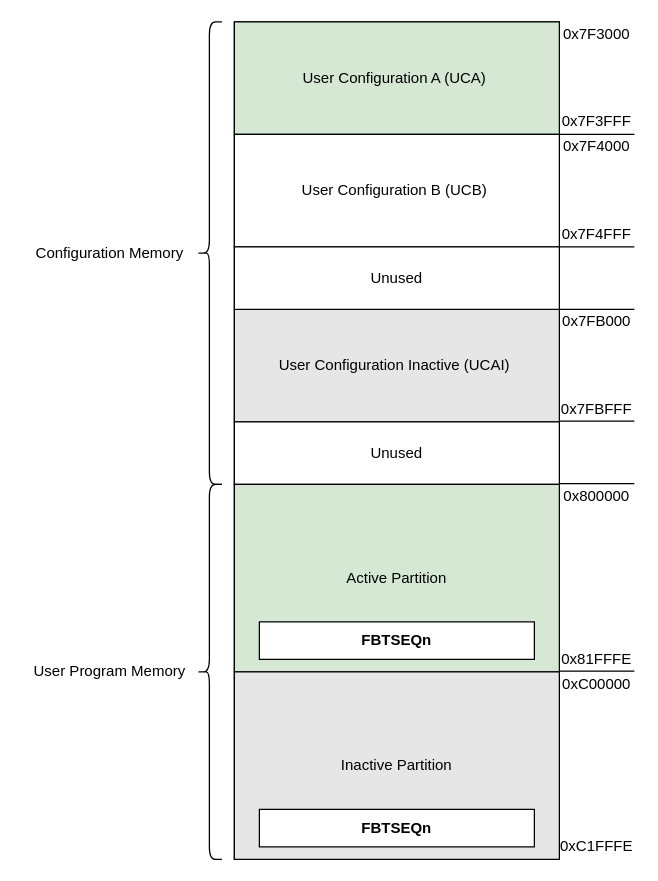
Before: dspic33ak512mps512_dual_partition_demo/images/memoryMap.drawio in microchip-pic-avr-examples/dspic33a-dual-partition-code-examples, a draw.io diagram. Source tidied: cells renumbered, new cells numbered last; positions are measured from the earlier drawing's top-left corner, leaving out a move shared by most shapes. Both pictures are drawn from the tidied source at 125%, with x=0, y=0 at pixel (21, 21).
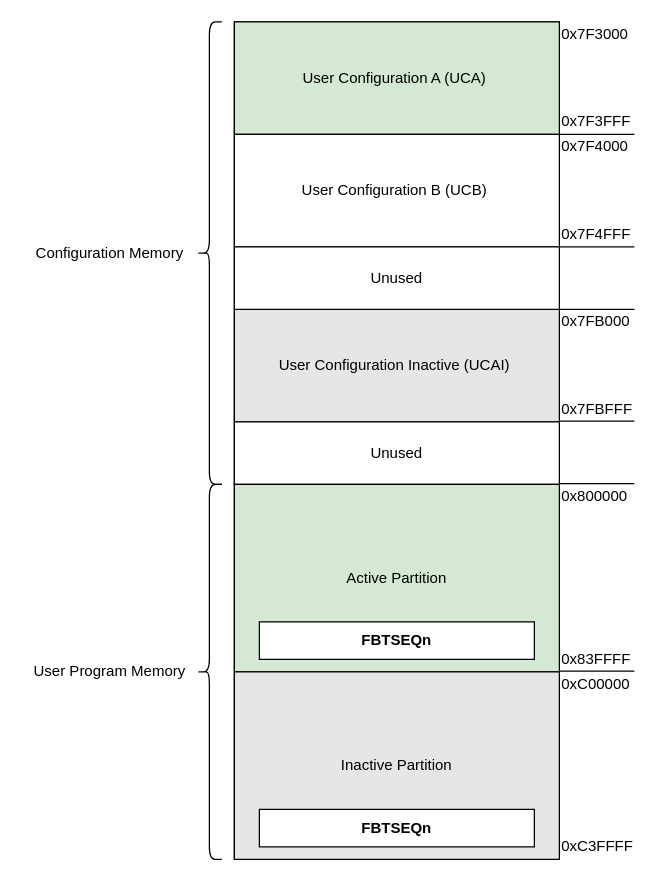
After the change.

Change to the diagram source:
```diff
@@
-    <mxCell id="4" value="0x7F3000" style="text;html=1;strokeColor=none;fillColor=none;align=center;verticalAlign=middle;whiteSpace=wrap;rounded=0;" parent="1" vertex="1">
+    <mxCell id="4" value="0x7F3000" style="text;html=1;strokeColor=none;fillColor=none;align=left;verticalAlign=middle;whiteSpace=wrap;rounded=0;" parent="1" vertex="1">
       <mxGeometry x="430" width="60" height="20" as="geometry" />
     </mxCell>
@@
-    <mxCell id="7" value="0x7F3FFF" style="text;html=1;strokeColor=none;fillColor=none;align=center;verticalAlign=middle;whiteSpace=wrap;rounded=0;" parent="1" vertex="1">
+    <mxCell id="7" value="0x7F3FFF" style="text;html=1;strokeColor=none;fillColor=none;align=left;verticalAlign=middle;whiteSpace=wrap;rounded=0;" parent="1" vertex="1">
       <mxGeometry x="430" y="70" width="60" height="20" as="geometry" />
     </mxCell>
-    <mxCell id="8" value="0x7F4000" style="text;html=1;strokeColor=none;fillColor=none;align=center;verticalAlign=middle;whiteSpace=wrap;rounded=0;" parent="1" vertex="1">
+    <mxCell id="8" value="0x7F4000" style="text;html=1;strokeColor=none;fillColor=none;align=left;verticalAlign=middle;whiteSpace=wrap;rounded=0;" parent="1" vertex="1">
       <mxGeometry x="430" y="90" width="60" height="20" as="geometry" />
     </mxCell>
-    <mxCell id="9" value="0x7F4FFF" style="text;html=1;strokeColor=none;fillColor=none;align=center;verticalAlign=middle;whiteSpace=wrap;rounded=0;" parent="1" vertex="1">
+    <mxCell id="9" value="0x7F4FFF" style="text;html=1;strokeColor=none;fillColor=none;align=left;verticalAlign=middle;whiteSpace=wrap;rounded=0;" parent="1" vertex="1">
       <mxGeometry x="430" y="160" width="60" height="20" as="geometry" />
     </mxCell>
-    <mxCell id="10" value="0x7FB000" style="text;html=1;strokeColor=none;fillColor=none;align=center;verticalAlign=middle;whiteSpace=wrap;rounded=0;" parent="1" vertex="1">
+    <mxCell id="10" value="0x7FB000" style="text;html=1;strokeColor=none;fillColor=none;align=left;verticalAlign=middle;whiteSpace=wrap;rounded=0;" parent="1" vertex="1">
       <mxGeometry x="430" y="230" width="60" height="20" as="geometry" />
     </mxCell>
@@
-    <mxCell id="12" value="0x7FBFFF" style="text;html=1;strokeColor=none;fillColor=none;align=center;verticalAlign=middle;whiteSpace=wrap;rounded=0;" parent="1" vertex="1">
+    <mxCell id="12" value="0x7FBFFF" style="text;html=1;strokeColor=none;fillColor=none;align=left;verticalAlign=middle;whiteSpace=wrap;rounded=0;" parent="1" vertex="1">
       <mxGeometry x="430" y="300" width="60" height="20" as="geometry" />
     </mxCell>
@@
-    <mxCell id="15" value="0x800000" style="text;html=1;strokeColor=none;fillColor=none;align=center;verticalAlign=middle;whiteSpace=wrap;rounded=0;" parent="1" vertex="1">
+    <mxCell id="15" value="0x800000" style="text;html=1;strokeColor=none;fillColor=none;align=left;verticalAlign=middle;whiteSpace=wrap;rounded=0;" parent="1" vertex="1">
       <mxGeometry x="430" y="370" width="60" height="20" as="geometry" />
     </mxCell>
@@
-    <mxCell id="17" value="0x81FFFE" style="text;html=1;strokeColor=none;fillColor=none;align=center;verticalAlign=middle;whiteSpace=wrap;rounded=0;" parent="1" vertex="1">
+    <mxCell id="17" value="0x83FFFF" style="text;html=1;strokeColor=none;fillColor=none;align=left;verticalAlign=middle;whiteSpace=wrap;rounded=0;" parent="1" vertex="1">
       <mxGeometry x="430" y="500" width="60" height="20" as="geometry" />
     </mxCell>
-    <mxCell id="18" value="0xC00000" style="text;html=1;strokeColor=none;fillColor=none;align=center;verticalAlign=middle;whiteSpace=wrap;rounded=0;" parent="1" vertex="1">
+    <mxCell id="18" value="0xC00000" style="text;html=1;strokeColor=none;fillColor=none;align=left;verticalAlign=middle;whiteSpace=wrap;rounded=0;" parent="1" vertex="1">
       <mxGeometry x="430" y="520" width="60" height="20" as="geometry" />
     </mxCell>
-    <mxCell id="19" value="0xC1FFFE" style="text;html=1;strokeColor=none;fillColor=none;align=center;verticalAlign=middle;whiteSpace=wrap;rounded=0;" parent="1" vertex="1">
+    <mxCell id="19" value="0xC3FFFF" style="text;html=1;strokeColor=none;fillColor=none;align=left;verticalAlign=middle;whiteSpace=wrap;rounded=0;" parent="1" vertex="1">
       <mxGeometry x="430" y="650" width="60" height="20" as="geometry" />
     </mxCell>
```
